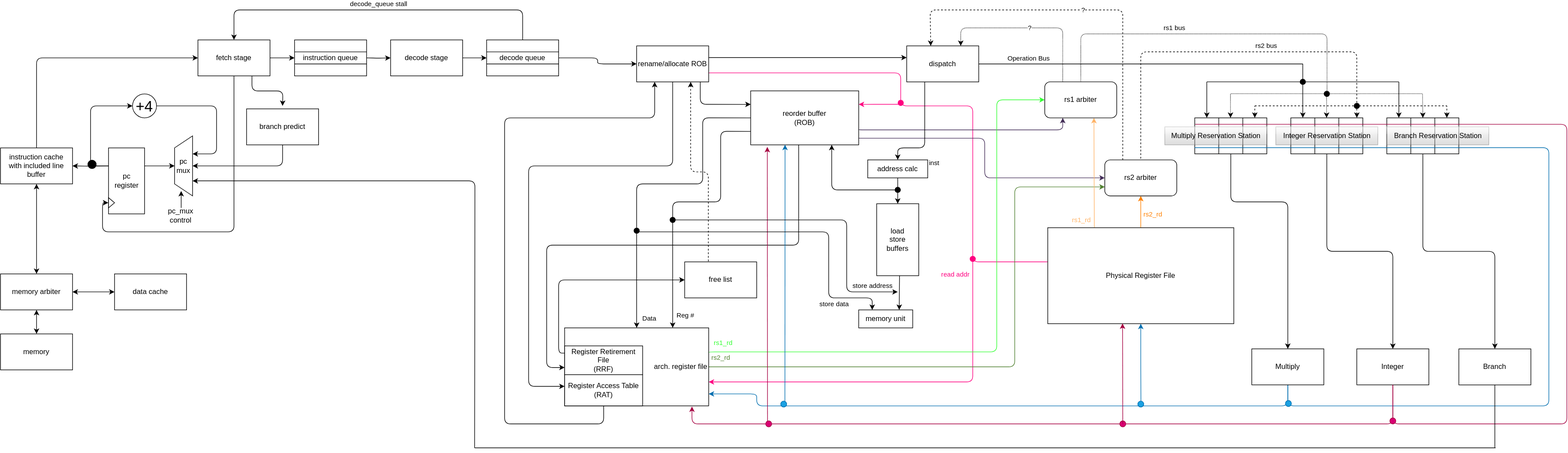
This is mp_ooo/docs/datapath/datapath_new.drawio.svg from sairajshetye/RISC-CDXI-CPU, a draw.io export, as it was before one commit. Source tidied: cells renumbered, new cells last; positions are measured from the earlier drawing's top-left corner, leaving out a move shared by most shapes.
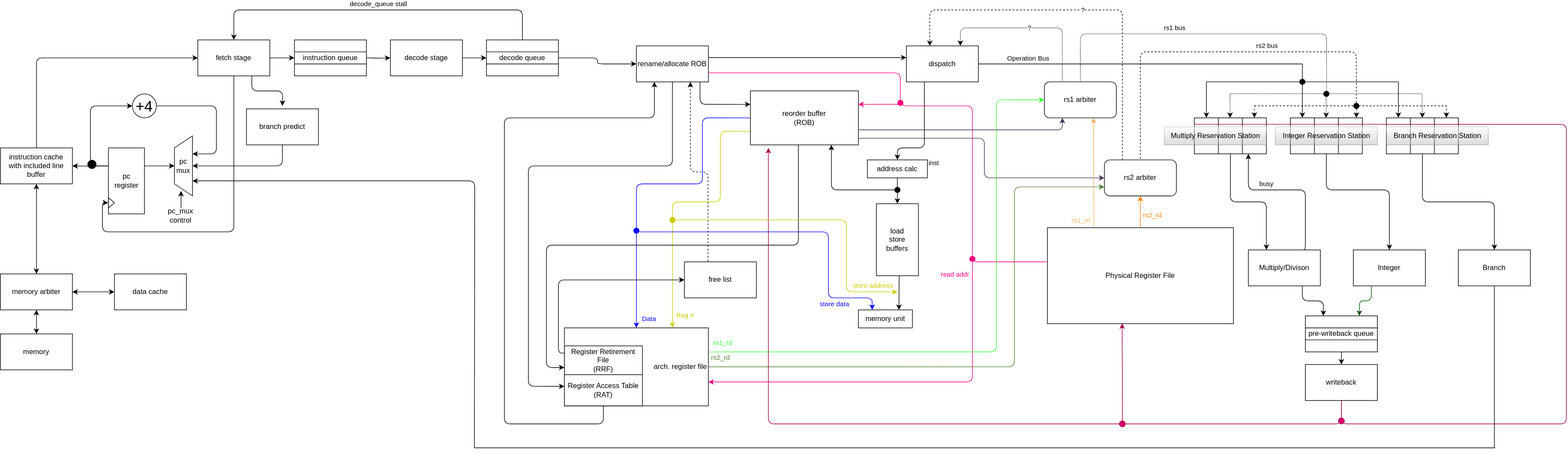
Later version of the same file.

What changed in the source:
```diff
@@ -136,7 +136,7 @@
         </Array>
       </mxGeometry>
     </mxCell>
-    <mxCell id="29" style="edgeStyle=orthogonalEdgeStyle;html=1;exitX=0;exitY=0.5;exitDx=0;exitDy=0;entryX=0.5;entryY=0;entryDx=0;entryDy=0;" parent="1" edge="1" source="38" target="48">
+    <mxCell id="29" style="edgeStyle=orthogonalEdgeStyle;html=1;exitX=0;exitY=0.5;exitDx=0;exitDy=0;entryX=0.5;entryY=0;entryDx=0;entryDy=0;strokeColor=light-dark(#0000FF,#0000FF);" parent="1" edge="1" source="38" target="48">
       <mxGeometry relative="1" as="geometry">
         <Array as="points">
           <mxPoint x="1170" y="180" />
@@ -145,12 +145,12 @@
         </Array>
       </mxGeometry>
     </mxCell>
-    <mxCell id="30" value="Data" style="edgeLabel;html=1;align=center;verticalAlign=middle;" parent="29" vertex="1">
+    <mxCell id="30" value="Data" style="edgeLabel;html=1;align=center;verticalAlign=middle;fontColor=light-dark(#0000FF,#0000FF);" parent="29" vertex="1">
       <mxGeometry x="0.67" y="-2" relative="1" as="geometry">
         <mxPoint x="22" y="73" as="offset" />
       </mxGeometry>
     </mxCell>
-    <mxCell id="31" style="edgeStyle=orthogonalEdgeStyle;html=1;exitX=0;exitY=0.75;exitDx=0;exitDy=0;entryX=0.75;entryY=0;entryDx=0;entryDy=0;" parent="1" edge="1" source="38" target="48">
+    <mxCell id="31" style="edgeStyle=orthogonalEdgeStyle;html=1;exitX=0;exitY=0.75;exitDx=0;exitDy=0;entryX=0.75;entryY=0;entryDx=0;entryDy=0;fontColor=light-dark(#CCCC00,#CCCC00);strokeColor=light-dark(#CCCC00,#CCCC00);" parent="1" edge="1" source="38" target="48">
       <mxGeometry relative="1" as="geometry">
         <Array as="points">
           <mxPoint x="1200" y="202" />
@@ -159,7 +159,7 @@
         </Array>
       </mxGeometry>
     </mxCell>
-    <mxCell id="32" value="Reg #" style="edgeLabel;html=1;align=center;verticalAlign=middle;" parent="31" vertex="1">
+    <mxCell id="32" value="Reg #" style="edgeLabel;html=1;align=center;verticalAlign=middle;fontColor=light-dark(#CCCC00,#CCCC00);" parent="31" vertex="1">
       <mxGeometry x="0.86" y="1" relative="1" as="geometry">
         <mxPoint x="19" y="10" as="offset" />
       </mxGeometry>
@@ -286,16 +286,21 @@
       </mxGeometry>
     </mxCell>
     <mxCell id="52" style="edgeStyle=orthogonalEdgeStyle;html=1;exitX=0.5;exitY=0;exitDx=0;exitDy=0;entryX=0.5;entryY=0;entryDx=0;entryDy=0;" parent="1" edge="1" source="53" target="84">
-      <mxGeometry relative="1" as="geometry" />
+      <mxGeometry relative="1" as="geometry">
+        <Array as="points">
+          <mxPoint x="2210" y="300" />
+          <mxPoint x="2315" y="300" />
+        </Array>
+      </mxGeometry>
     </mxCell>
     <mxCell id="53" style="shape=process;whiteSpace=wrap;html=1;backgroundOutline=1;rounded=0;strokeColor=default;align=center;verticalAlign=middle;fontFamily=Helvetica;fontSize=12;fontColor=default;fillColor=default;size=0.3333333333333333;direction=west;" parent="1" vertex="1">
       <mxGeometry x="2150" y="179.9" width="120" height="60" as="geometry" />
     </mxCell>
-    <mxCell id="54" style="edgeStyle=orthogonalEdgeStyle;html=1;exitX=0.5;exitY=0;exitDx=0;exitDy=0;entryX=0.5;entryY=0;entryDx=0;entryDy=0;" parent="1" edge="1" source="55" target="82">
+    <mxCell id="54" style="edgeStyle=orthogonalEdgeStyle;html=1;exitX=0.5;exitY=0;exitDx=0;exitDy=0;entryX=0.25;entryY=0;entryDx=0;entryDy=0;" parent="1" edge="1" source="55" target="82">
       <mxGeometry relative="1" as="geometry">
         <Array as="points">
           <mxPoint x="2050" y="320" />
-          <mxPoint x="2145" y="320" />
+          <mxPoint x="2110" y="320" />
         </Array>
       </mxGeometry>
     </mxCell>
@@ -427,48 +432,37 @@
         </Array>
       </mxGeometry>
     </mxCell>
-    <mxCell id="78" style="edgeStyle=orthogonalEdgeStyle;html=1;exitX=0.5;exitY=1;exitDx=0;exitDy=0;startArrow=classic;startFill=1;endArrow=none;endFill=0;fillColor=#1ba1e2;strokeColor=#006EAF;" parent="1" edge="1" source="79">
-      <mxGeometry relative="1" as="geometry">
-        <mxPoint x="1900.2" y="660" as="targetPoint" />
-      </mxGeometry>
-    </mxCell>
     <mxCell id="79" value="Physical Register File" style="rounded=0;whiteSpace=wrap;html=1;strokeColor=default;align=center;verticalAlign=middle;fontFamily=Helvetica;fontSize=12;fontColor=default;fillColor=default;" parent="1" vertex="1">
       <mxGeometry x="1745" y="363" width="310" height="160" as="geometry" />
     </mxCell>
-    <mxCell id="80" style="edgeStyle=orthogonalEdgeStyle;html=1;exitX=0.5;exitY=1;exitDx=0;exitDy=0;fillColor=#1ba1e2;strokeColor=#006EAF;" parent="1" edge="1" source="82">
-      <mxGeometry relative="1" as="geometry">
-        <mxPoint x="1180" y="640" as="targetPoint" />
-        <Array as="points">
-          <mxPoint x="2145" y="660" />
-          <mxPoint x="1260" y="660" />
-          <mxPoint x="1260" y="640" />
-          <mxPoint x="1180" y="640" />
-        </Array>
-      </mxGeometry>
-    </mxCell>
-    <mxCell id="81" style="edgeStyle=orthogonalEdgeStyle;html=1;exitX=0.5;exitY=1;exitDx=0;exitDy=0;fillColor=#1ba1e2;strokeColor=#006EAF;endArrow=none;endFill=0;entryX=1.003;entryY=0.172;entryDx=0;entryDy=0;entryPerimeter=0;" parent="1" edge="1" source="82" target="55">
-      <mxGeometry relative="1" as="geometry">
+    <mxCell id="81" value="busy" style="edgeStyle=orthogonalEdgeStyle;html=1;exitX=0.75;exitY=0;exitDx=0;exitDy=0;entryX=0.25;entryY=0;entryDx=0;entryDy=0;" parent="1" edge="1" source="82" target="55">
+      <mxGeometry x="0.31" y="-10" relative="1" as="geometry">
         <Array as="points">
-          <mxPoint x="2145" y="660" />
-          <mxPoint x="2580" y="660" />
-          <mxPoint x="2580" y="230" />
+          <mxPoint x="2175" y="300" />
+          <mxPoint x="2080" y="300" />
         </Array>
       </mxGeometry>
     </mxCell>
+    <mxCell id="137" style="edgeStyle=orthogonalEdgeStyle;html=1;exitX=0.75;exitY=1;exitDx=0;exitDy=0;entryX=0.25;entryY=0;entryDx=0;entryDy=0;strokeColor=light-dark(#000000,#006EAF);" parent="1" edge="1" source="82" target="140">
+      <mxGeometry relative="1" as="geometry" />
+    </mxCell>
-    <mxCell id="82" value="Multiply" style="rounded=0;whiteSpace=wrap;html=1;strokeColor=default;align=center;verticalAlign=middle;fontFamily=Helvetica;fontSize=12;fontColor=default;fillColor=default;" parent="1" vertex="1">
-      <mxGeometry x="2085" y="564.9" width="120" height="60" as="geometry" />
+    <mxCell id="82" value="Multiply/Divison" style="rounded=0;whiteSpace=wrap;html=1;strokeColor=default;align=center;verticalAlign=middle;fontFamily=Helvetica;fontSize=12;fontColor=default;fillColor=default;" parent="1" vertex="1">
+      <mxGeometry x="2080" y="400" width="120" height="60" as="geometry" />
     </mxCell>
-    <mxCell id="83" style="edgeStyle=orthogonalEdgeStyle;html=1;exitX=0.5;exitY=1;exitDx=0;exitDy=0;fillColor=#d80073;strokeColor=#A50040;endArrow=none;endFill=0;entryX=0.994;entryY=0.821;entryDx=0;entryDy=0;entryPerimeter=0;" parent="1" edge="1" source="84" target="55">
+    <mxCell id="83" style="edgeStyle=orthogonalEdgeStyle;html=1;fillColor=#d80073;strokeColor=#A50040;endArrow=none;endFill=0;entryX=0.994;entryY=0.821;entryDx=0;entryDy=0;entryPerimeter=0;exitX=0.5;exitY=1;exitDx=0;exitDy=0;" parent="1" edge="1" source="143" target="55">
       <mxGeometry relative="1" as="geometry">
         <Array as="points">
-          <mxPoint x="2320" y="690" />
+          <mxPoint x="2235" y="690" />
           <mxPoint x="2610" y="690" />
           <mxPoint x="2610" y="191" />
         </Array>
       </mxGeometry>
     </mxCell>
+    <mxCell id="138" style="edgeStyle=orthogonalEdgeStyle;html=1;exitX=0.25;exitY=1;exitDx=0;exitDy=0;entryX=0.75;entryY=0;entryDx=0;entryDy=0;strokeColor=#005700;fillColor=#008a00;" parent="1" edge="1" source="84" target="140">
+      <mxGeometry relative="1" as="geometry" />
+    </mxCell>
     <mxCell id="84" value="Integer" style="rounded=0;whiteSpace=wrap;html=1;strokeColor=default;align=center;verticalAlign=middle;fontFamily=Helvetica;fontSize=12;fontColor=default;fillColor=default;" parent="1" vertex="1">
-      <mxGeometry x="2260" y="564.9" width="120" height="60" as="geometry" />
+      <mxGeometry x="2255" y="400" width="120" height="60" as="geometry" />
     </mxCell>
     <mxCell id="85" style="externalPins=0;ellipse;whiteSpace=wrap;html=1;fillColor=#000000;strokeColor=none;noLabel=1;perimeter=none;align=center;verticalAlign=middle;fontFamily=Helvetica;fontSize=12;fontColor=default;rotation=0;" parent="1" vertex="1">
       <mxGeometry x="145" y="250" width="15" height="15" as="geometry" />
@@ -523,39 +517,18 @@
     <mxCell id="96" style="externalPins=0;ellipse;whiteSpace=wrap;html=1;fillColor=light-dark(#FF0080,#FF0080);strokeColor=none;noLabel=1;perimeter=none;align=center;verticalAlign=middle;fontFamily=Helvetica;fontSize=12;fontColor=default;rotation=0;" parent="1" vertex="1">
       <mxGeometry x="1615" y="410" width="10" height="10" as="geometry" />
     </mxCell>
-    <mxCell id="97" style="edgeStyle=orthogonalEdgeStyle;html=1;exitX=0.5;exitY=1;exitDx=0;exitDy=0;entryX=0.884;entryY=1.008;entryDx=0;entryDy=0;fillColor=#d80073;strokeColor=#A50040;entryPerimeter=0;" parent="1" edge="1" source="84" target="48">
+    <mxCell id="97" style="edgeStyle=orthogonalEdgeStyle;html=1;exitX=0.5;exitY=1;exitDx=0;exitDy=0;fillColor=#d80073;strokeColor=#A50040;" parent="1" edge="1" source="143">
       <mxGeometry relative="1" as="geometry">
+        <mxPoint x="1280" y="230" as="targetPoint" />
         <Array as="points">
-          <mxPoint x="2320" y="690" />
-          <mxPoint x="1152" y="690" />
+          <mxPoint x="2235" y="690" />
+          <mxPoint x="1280" y="690" />
         </Array>
       </mxGeometry>
     </mxCell>
-    <mxCell id="98" style="externalPins=0;ellipse;whiteSpace=wrap;html=1;fillColor=#1ba1e2;strokeColor=#006EAF;noLabel=1;perimeter=none;align=center;verticalAlign=middle;fontFamily=Helvetica;fontSize=12;fontColor=#ffffff;rotation=0;" parent="1" vertex="1">
-      <mxGeometry x="2141" y="651" width="10" height="10" as="geometry" />
-    </mxCell>
     <mxCell id="99" style="externalPins=0;ellipse;whiteSpace=wrap;html=1;fillColor=#d80073;strokeColor=#A50040;noLabel=1;perimeter=none;align=center;verticalAlign=middle;fontFamily=Helvetica;fontSize=12;fontColor=#ffffff;rotation=0;" parent="1" vertex="1">
-      <mxGeometry x="2315" y="680" width="10" height="10" as="geometry" />
+      <mxGeometry x="2230" y="680" width="10" height="10" as="geometry" />
     </mxCell>
-    <mxCell id="100" style="edgeStyle=none;jettySize=auto;html=1;entryX=0.318;entryY=0.997;entryDx=0;entryDy=0;entryPerimeter=0;fillColor=#1ba1e2;strokeColor=#006EAF;" parent="1" edge="1" target="38">
-      <mxGeometry relative="1" as="geometry">
-        <mxPoint x="1307" y="660" as="sourcePoint" />
-      </mxGeometry>
-    </mxCell>
-    <mxCell id="101" style="edgeStyle=none;jettySize=auto;html=1;entryX=0.154;entryY=1.038;entryDx=0;entryDy=0;entryPerimeter=0;fillColor=#d80073;strokeColor=#A50040;" parent="1" edge="1" target="38">
-      <mxGeometry relative="1" as="geometry">
-        <mxPoint x="1278" y="690" as="sourcePoint" />
-      </mxGeometry>
-    </mxCell>
-    <mxCell id="102" style="externalPins=0;ellipse;whiteSpace=wrap;html=1;fillColor=#d80073;strokeColor=#A50040;noLabel=1;perimeter=none;align=center;verticalAlign=middle;fontFamily=Helvetica;fontSize=12;fontColor=#ffffff;rotation=0;" parent="1" vertex="1">
-      <mxGeometry x="1275" y="685" width="10" height="10" as="geometry" />
-    </mxCell>
-    <mxCell id="103" style="externalPins=0;ellipse;whiteSpace=wrap;html=1;fillColor=#1ba1e2;strokeColor=#006EAF;noLabel=1;perimeter=none;align=center;verticalAlign=middle;fontFamily=Helvetica;fontSize=12;fontColor=#ffffff;rotation=0;" parent="1" vertex="1">
-      <mxGeometry x="1300" y="652" width="10" height="10" as="geometry" />
-    </mxCell>
-    <mxCell id="104" style="externalPins=0;ellipse;whiteSpace=wrap;html=1;fillColor=#1ba1e2;strokeColor=#006EAF;noLabel=1;perimeter=none;align=center;verticalAlign=middle;fontFamily=Helvetica;fontSize=12;fontColor=#ffffff;rotation=0;" parent="1" vertex="1">
-      <mxGeometry x="1895" y="652" width="10" height="10" as="geometry" />
-    </mxCell>
     <mxCell id="105" value="?" style="edgeStyle=orthogonalEdgeStyle;html=1;exitX=0.25;exitY=0;exitDx=0;exitDy=0;entryX=0.75;entryY=0;entryDx=0;entryDy=0;dashed=1;dashPattern=1 1;" parent="1" edge="1" source="106" target="45">
       <mxGeometry relative="1" as="geometry">
         <Array as="points">
@@ -644,7 +617,7 @@
       </mxGeometry>
     </mxCell>
     <mxCell id="123" value="Branch" style="rounded=0;whiteSpace=wrap;html=1;" parent="1" vertex="1">
-      <mxGeometry x="2430" y="565" width="120" height="60" as="geometry" />
+      <mxGeometry x="2430" y="400" width="120" height="60" as="geometry" />
     </mxCell>
     <mxCell id="124" style="edgeStyle=none;orthogonalLoop=1;jettySize=auto;html=1;endArrow=none;endFill=0;" parent="1" edge="1">
       <mxGeometry relative="1" as="geometry">
@@ -655,7 +628,7 @@
     <mxCell id="125" style="externalPins=0;ellipse;whiteSpace=wrap;html=1;fillColor=light-dark(#FF0080,#FF0080);strokeColor=none;noLabel=1;perimeter=none;align=center;verticalAlign=middle;fontFamily=Helvetica;fontSize=12;fontColor=default;rotation=0;" parent="1" vertex="1">
       <mxGeometry x="1495" y="150" width="10" height="10" as="geometry" />
     </mxCell>
-    <mxCell id="126" value="store data" style="edgeStyle=orthogonalEdgeStyle;html=1;entryX=0.25;entryY=0;entryDx=0;entryDy=0;" parent="1" edge="1" target="132">
+    <mxCell id="126" value="store data" style="edgeStyle=orthogonalEdgeStyle;html=1;entryX=0.25;entryY=0;entryDx=0;entryDy=0;strokeColor=light-dark(#0000FF,#0000FF);fontColor=light-dark(#0000FF,#0000FF);" parent="1" edge="1" target="132">
       <mxGeometry x="0.68" y="-10" relative="1" as="geometry">
         <mxPoint x="1060" y="370" as="sourcePoint" />
         <Array as="points">
@@ -696,7 +669,7 @@
     <mxCell id="132" value="memory unit" style="whiteSpace=wrap;html=1;" parent="1" vertex="1">
       <mxGeometry x="1430" y="500" width="90" height="30" as="geometry" />
     </mxCell>
-    <mxCell id="133" value="store address" style="edgeStyle=orthogonalEdgeStyle;html=1;" parent="1" edge="1">
+    <mxCell id="133" value="store address" style="edgeStyle=orthogonalEdgeStyle;html=1;strokeColor=light-dark(#CCCC00,#CCCC00);fontColor=light-dark(#CCCC00,#CCCC00);" parent="1" edge="1">
       <mxGeometry x="0.83" y="10" relative="1" as="geometry">
         <mxPoint x="1120" y="350" as="sourcePoint" />
         <mxPoint x="1495" y="470" as="targetPoint" />
@@ -710,11 +683,32 @@
     <mxCell id="134" style="externalPins=0;ellipse;whiteSpace=wrap;html=1;fillColor=#000000;strokeColor=none;noLabel=1;perimeter=none;align=center;verticalAlign=middle;fontFamily=Helvetica;fontSize=12;fontColor=default;rotation=0;" parent="1" vertex="1">
       <mxGeometry x="1490" y="295" width="10" height="10" as="geometry" />
     </mxCell>
-    <mxCell id="135" style="externalPins=0;ellipse;whiteSpace=wrap;html=1;fillColor=#000000;strokeColor=none;noLabel=1;perimeter=none;align=center;verticalAlign=middle;fontFamily=Helvetica;fontSize=12;fontColor=default;rotation=0;" parent="1" vertex="1">
+    <mxCell id="135" style="externalPins=0;ellipse;whiteSpace=wrap;html=1;fillColor=light-dark(#CCCC00,#CCCC00);strokeColor=none;noLabel=1;perimeter=none;align=center;verticalAlign=middle;fontFamily=Helvetica;fontSize=12;fontColor=default;rotation=0;" parent="1" vertex="1">
       <mxGeometry x="1115" y="345" width="10" height="10" as="geometry" />
     </mxCell>
-    <mxCell id="136" style="externalPins=0;ellipse;whiteSpace=wrap;html=1;fillColor=#000000;strokeColor=none;noLabel=1;perimeter=none;align=center;verticalAlign=middle;fontFamily=Helvetica;fontSize=12;fontColor=default;rotation=0;" parent="1" vertex="1">
+    <mxCell id="136" style="externalPins=0;ellipse;whiteSpace=wrap;html=1;fillColor=light-dark(#0000FF,#0000FF);strokeColor=none;noLabel=1;perimeter=none;align=center;verticalAlign=middle;fontFamily=Helvetica;fontSize=12;fontColor=default;rotation=0;" parent="1" vertex="1">
       <mxGeometry x="1055" y="363" width="10" height="10" as="geometry" />
     </mxCell>
+    <mxCell id="139" style="edgeStyle=orthogonalEdgeStyle;html=1;exitX=0.5;exitY=1;exitDx=0;exitDy=0;entryX=0.5;entryY=0;entryDx=0;entryDy=0;" parent="1" edge="1" source="140" target="143">
+      <mxGeometry relative="1" as="geometry" />
+    </mxCell>
+    <mxCell id="140" value="pre-writeback queue" style="rounded=0;whiteSpace=wrap;html=1;" parent="1" vertex="1">
+      <mxGeometry x="2175" y="510" width="120" height="60" as="geometry" />
+    </mxCell>
+    <mxCell id="141" style="edgeStyle=none;orthogonalLoop=1;jettySize=auto;html=1;endArrow=none;endFill=0;" parent="1" edge="1">
+      <mxGeometry relative="1" as="geometry">
+        <mxPoint x="2175" y="530" as="sourcePoint" />
+        <mxPoint x="2295" y="530" as="targetPoint" />
+      </mxGeometry>
+    </mxCell>
+    <mxCell id="142" style="edgeStyle=none;orthogonalLoop=1;jettySize=auto;html=1;endArrow=none;endFill=0;" parent="1" edge="1">
+      <mxGeometry relative="1" as="geometry">
+        <mxPoint x="2175" y="550" as="sourcePoint" />
+        <mxPoint x="2295" y="550" as="targetPoint" />
+      </mxGeometry>
+    </mxCell>
+    <mxCell id="143" value="writeback" style="rounded=0;whiteSpace=wrap;html=1;" parent="1" vertex="1">
+      <mxGeometry x="2175" y="591" width="120" height="60" as="geometry" />
+    </mxCell>
   </root>
 </mxGraphModel>
```
